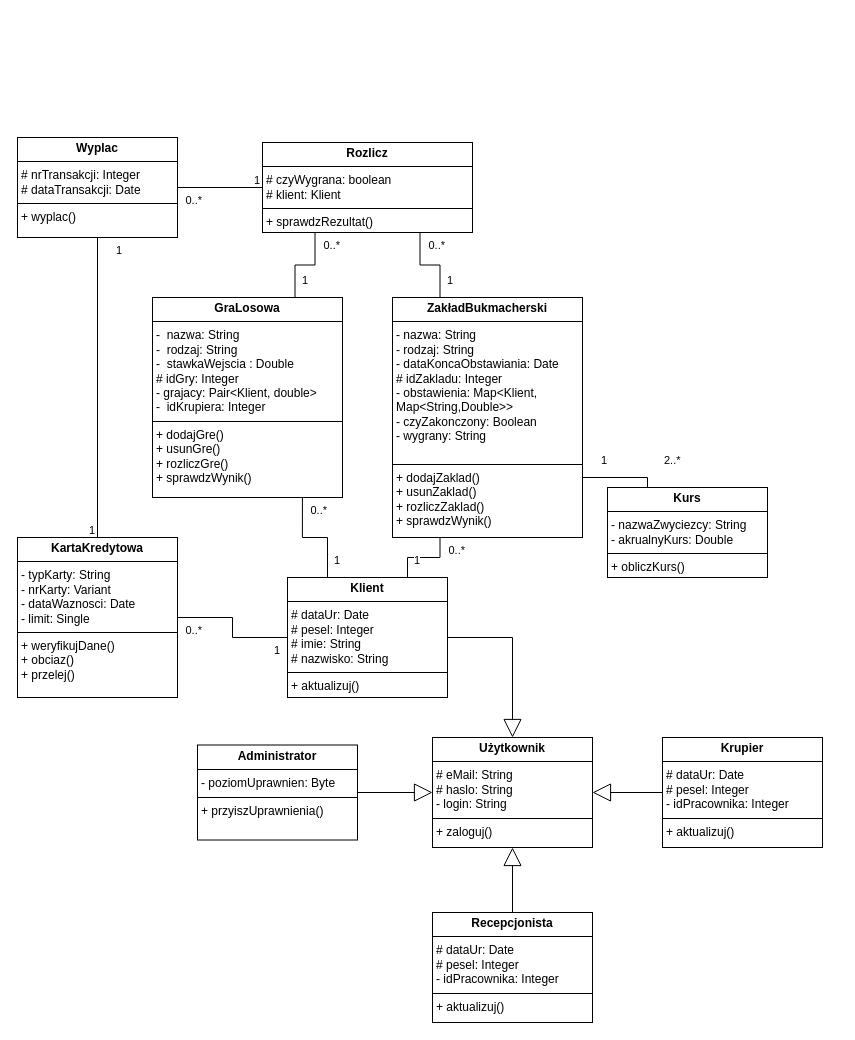
This is cw5/Diagram_klas_implementacyjny.drawio from TISharker/PSI_Projekt, a draw.io file, before an edit. Source tidied: cells renumbered, new cells numbered last; positions are measured from the earlier drawing's top-left corner, leaving out a move shared by most shapes. Both pictures are drawn from the tidied source at 100%, with x=0, y=0 at pixel (17, 137).
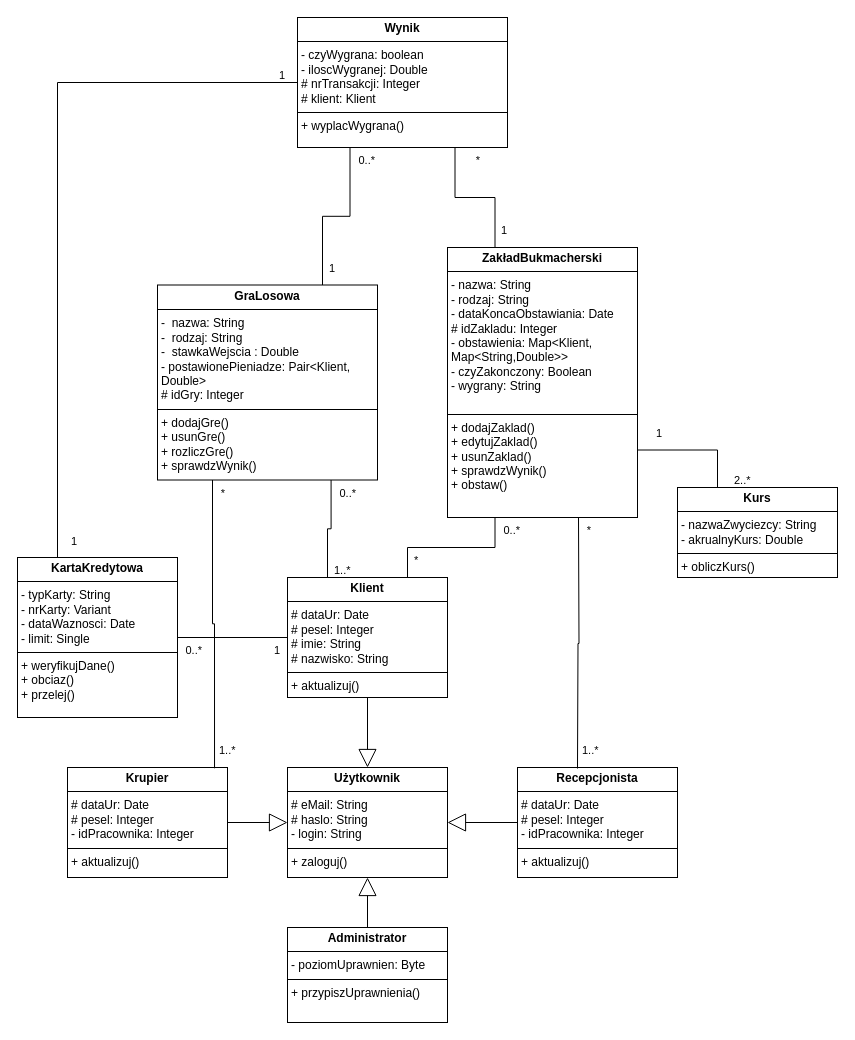
The same diagram, later.

The change refers to these unchanged cells:
```xml
<mxCell id="4" value="&lt;p style=&quot;margin:0px;margin-top:4px;text-align:center;&quot;&gt;&lt;b&gt;Klient&lt;/b&gt;&lt;/p&gt;&lt;hr size=&quot;1&quot; style=&quot;border-style:solid;&quot;&gt;&lt;p style=&quot;margin:0px;margin-left:4px;&quot;&gt;# dataUr: Date&lt;/p&gt;&lt;p style=&quot;margin:0px;margin-left:4px;&quot;&gt;# pesel: Integer&lt;/p&gt;&lt;p style=&quot;margin:0px;margin-left:4px;&quot;&gt;# imie: String&lt;/p&gt;&lt;p style=&quot;margin:0px;margin-left:4px;&quot;&gt;# nazwisko: String&lt;/p&gt;&lt;hr size=&quot;1&quot; style=&quot;border-style:solid;&quot;&gt;&lt;p style=&quot;margin:0px;margin-left:4px;&quot;&gt;+ aktualizuj()&lt;/p&gt;" style="verticalAlign=top;align=left;overflow=fill;html=1;whiteSpace=wrap;" parent="1" vertex="1">
  <mxGeometry x="270" y="440" width="160" height="120" as="geometry" />
</mxCell>
<mxCell id="6" style="endArrow=none;html=1;endSize=12;startArrow=none;startSize=14;startFill=0;edgeStyle=orthogonalEdgeStyle;rounded=0;entryX=0.25;entryY=1;entryDx=0;entryDy=0;exitX=0.75;exitY=0;exitDx=0;exitDy=0;" parent="1" edge="1" source="4" target="2">
  <mxGeometry relative="1" as="geometry" />
</mxCell>
<mxCell id="20" style="endArrow=none;html=1;endSize=12;startArrow=none;startSize=14;startFill=0;edgeStyle=orthogonalEdgeStyle;rounded=0;entryX=1;entryY=0.75;entryDx=0;entryDy=0;exitX=0.25;exitY=0;exitDx=0;exitDy=0;" parent="1" edge="1" source="19" target="2">
  <mxGeometry relative="1" as="geometry" />
</mxCell>
<mxCell id="24" style="endArrow=none;html=1;endSize=12;startArrow=none;startSize=14;startFill=0;edgeStyle=orthogonalEdgeStyle;rounded=0;entryX=0.789;entryY=1;entryDx=0;entryDy=0;exitX=0.25;exitY=0;exitDx=0;exitDy=0;entryPerimeter=0;" parent="1" edge="1" source="4" target="23">
  <mxGeometry relative="1" as="geometry" />
</mxCell>
<mxCell id="31" style="endArrow=none;html=1;endSize=12;startArrow=none;startSize=14;startFill=0;edgeStyle=orthogonalEdgeStyle;rounded=0;entryX=0.75;entryY=1;entryDx=0;entryDy=0;exitX=0.25;exitY=0;exitDx=0;exitDy=0;" parent="1" edge="1" source="2" target="27">
  <mxGeometry relative="1" as="geometry" />
</mxCell>
```

The edit, as a diff of the source:
```diff
@@
-    <mxCell id="2" value="&lt;p style=&quot;margin:0px;margin-top:4px;text-align:center;&quot;&gt;&lt;b&gt;ZakładBukmacherski&lt;/b&gt;&lt;/p&gt;&lt;hr size=&quot;1&quot; style=&quot;border-style:solid;&quot;&gt;&lt;p style=&quot;margin:0px;margin-left:4px;&quot;&gt;- nazwa: String&lt;/p&gt;&lt;p style=&quot;margin:0px;margin-left:4px;&quot;&gt;- rodzaj: String&lt;/p&gt;&lt;p style=&quot;margin:0px;margin-left:4px;&quot;&gt;- dataKoncaObstawiania: Date&lt;/p&gt;&lt;p style=&quot;margin:0px;margin-left:4px;&quot;&gt;# idZakladu: Integer&lt;/p&gt;&lt;p style=&quot;margin:0px;margin-left:4px;&quot;&gt;- obstawienia: Map&amp;lt;Klient, Map&amp;lt;String,Double&amp;gt;&amp;gt;&lt;/p&gt;&lt;p style=&quot;margin:0px;margin-left:4px;&quot;&gt;- czyZakonczony: Boolean&lt;/p&gt;&lt;p style=&quot;margin:0px;margin-left:4px;&quot;&gt;- wygrany: String&lt;/p&gt;&lt;p style=&quot;margin:0px;margin-left:4px;&quot;&gt;&lt;br&gt;&lt;/p&gt;&lt;hr size=&quot;1&quot; style=&quot;border-style:solid;&quot;&gt;&lt;p style=&quot;margin:0px;margin-left:4px;&quot;&gt;+ dodajZaklad()&lt;/p&gt;&lt;p style=&quot;margin:0px;margin-left:4px;&quot;&gt;+ usunZaklad()&lt;/p&gt;&lt;p style=&quot;margin:0px;margin-left:4px;&quot;&gt;+ rozliczZaklad()&lt;/p&gt;&lt;p style=&quot;margin:0px;margin-left:4px;&quot;&gt;+ sprawdzWynik()&lt;/p&gt;" style="verticalAlign=top;align=left;overflow=fill;html=1;whiteSpace=wrap;" parent="1" vertex="1">
-      <mxGeometry x="375" y="160" width="190" height="240" as="geometry" />
+    <mxCell id="2" value="&lt;p style=&quot;margin:0px;margin-top:4px;text-align:center;&quot;&gt;&lt;b&gt;ZakładBukmacherski&lt;/b&gt;&lt;/p&gt;&lt;hr size=&quot;1&quot; style=&quot;border-style:solid;&quot;&gt;&lt;p style=&quot;margin:0px;margin-left:4px;&quot;&gt;- nazwa: String&lt;/p&gt;&lt;p style=&quot;margin:0px;margin-left:4px;&quot;&gt;- rodzaj: String&lt;/p&gt;&lt;p style=&quot;margin:0px;margin-left:4px;&quot;&gt;- dataKoncaObstawiania: Date&lt;/p&gt;&lt;p style=&quot;margin:0px;margin-left:4px;&quot;&gt;# idZakladu: Integer&lt;/p&gt;&lt;p style=&quot;margin:0px;margin-left:4px;&quot;&gt;- obstawienia: Map&amp;lt;Klient, Map&amp;lt;String,Double&amp;gt;&amp;gt;&lt;/p&gt;&lt;p style=&quot;margin:0px;margin-left:4px;&quot;&gt;- czyZakonczony: Boolean&lt;/p&gt;&lt;p style=&quot;margin:0px;margin-left:4px;&quot;&gt;- wygrany: String&lt;/p&gt;&lt;p style=&quot;margin:0px;margin-left:4px;&quot;&gt;&lt;br&gt;&lt;/p&gt;&lt;hr size=&quot;1&quot; style=&quot;border-style:solid;&quot;&gt;&lt;p style=&quot;margin:0px;margin-left:4px;&quot;&gt;+ dodajZaklad()&lt;/p&gt;&lt;p style=&quot;margin:0px;margin-left:4px;&quot;&gt;+ edytujZaklad()&lt;/p&gt;&lt;p style=&quot;margin:0px;margin-left:4px;&quot;&gt;+ usunZaklad()&lt;/p&gt;&lt;p style=&quot;margin:0px;margin-left:4px;&quot;&gt;+ sprawdzWynik()&lt;/p&gt;&lt;p style=&quot;margin:0px;margin-left:4px;&quot;&gt;+ obstaw()&lt;/p&gt;" style="verticalAlign=top;align=left;overflow=fill;html=1;whiteSpace=wrap;" parent="1" vertex="1">
+      <mxGeometry x="430" y="110" width="190" height="270" as="geometry" />
     </mxCell>
     <mxCell id="3" value="&lt;p style=&quot;margin:0px;margin-top:4px;text-align:center;&quot;&gt;&lt;b&gt;Użytkownik&lt;/b&gt;&lt;/p&gt;&lt;hr size=&quot;1&quot; style=&quot;border-style:solid;&quot;&gt;&lt;p style=&quot;margin:0px;margin-left:4px;&quot;&gt;# eMail: String&lt;/p&gt;&lt;p style=&quot;margin:0px;margin-left:4px;&quot;&gt;# haslo: String&lt;/p&gt;&lt;p style=&quot;margin:0px;margin-left:4px;&quot;&gt;- login: String&lt;/p&gt;&lt;hr size=&quot;1&quot; style=&quot;border-style:solid;&quot;&gt;&lt;p style=&quot;margin:0px;margin-left:4px;&quot;&gt;+ zaloguj()&lt;/p&gt;" style="verticalAlign=top;align=left;overflow=fill;html=1;whiteSpace=wrap;" parent="1" vertex="1">
-      <mxGeometry x="415" y="600" width="160" height="110" as="geometry" />
+      <mxGeometry x="270" y="630" width="160" height="110" as="geometry" />
     </mxCell>
@@
-    <mxCell id="5" value="&lt;div&gt;&lt;br&gt;&lt;/div&gt;&lt;div&gt;&lt;br&gt;&lt;/div&gt;" style="endArrow=block;endSize=16;endFill=0;html=1;rounded=0;exitX=1;exitY=0.5;exitDx=0;exitDy=0;entryX=0.5;entryY=0;entryDx=0;entryDy=0;" parent="1" edge="1" source="4" target="3">
-      <mxGeometry x="-0.03" y="3" relative="1" as="geometry">
-        <Array as="points">
-          <mxPoint x="495" y="500" />
-        </Array>
-      </mxGeometry>
+    <mxCell id="5" value="&lt;div&gt;&lt;br&gt;&lt;/div&gt;&lt;div&gt;&lt;br&gt;&lt;/div&gt;" style="endArrow=block;endSize=16;endFill=0;html=1;rounded=0;exitX=0.5;exitY=1;exitDx=0;exitDy=0;entryX=0.5;entryY=0;entryDx=0;entryDy=0;" parent="1" edge="1" source="4" target="3">
+      <mxGeometry x="-0.03" y="3" relative="1" as="geometry" />
     </mxCell>
@@
-    <mxCell id="7" value="1" style="edgeLabel;html=1;align=left;verticalAlign=top;" parent="6" vertex="1">
+    <mxCell id="7" value="*" style="edgeLabel;html=1;align=left;verticalAlign=top;" parent="6" vertex="1">
       <mxGeometry x="-1" relative="1" as="geometry">
         <mxPoint x="5" y="-30" as="offset" />
       </mxGeometry>
     </mxCell>
@@
     <mxCell id="9" value="&lt;p style=&quot;margin:0px;margin-top:4px;text-align:center;&quot;&gt;&lt;b&gt;Recepcjonista&lt;/b&gt;&lt;/p&gt;&lt;hr size=&quot;1&quot; style=&quot;border-style:solid;&quot;&gt;&lt;p style=&quot;margin:0px;margin-left:4px;&quot;&gt;# dataUr: Date&lt;/p&gt;&lt;p style=&quot;margin:0px;margin-left:4px;&quot;&gt;# pesel: Integer&lt;/p&gt;&lt;p style=&quot;margin:0px;margin-left:4px;&quot;&gt;- idPracownika: Integer&lt;/p&gt;&lt;hr size=&quot;1&quot; style=&quot;border-style:solid;&quot;&gt;&lt;p style=&quot;margin:0px;margin-left:4px;&quot;&gt;+ aktualizuj()&lt;/p&gt;" style="verticalAlign=top;align=left;overflow=fill;html=1;whiteSpace=wrap;" parent="1" vertex="1">
-      <mxGeometry x="415" y="775" width="160" height="110" as="geometry" />
+      <mxGeometry x="500" y="630" width="160" height="110" as="geometry" />
     </mxCell>
     <mxCell id="10" value="&lt;p style=&quot;margin:0px;margin-top:4px;text-align:center;&quot;&gt;&lt;b&gt;Krupier&lt;/b&gt;&lt;/p&gt;&lt;hr size=&quot;1&quot; style=&quot;border-style:solid;&quot;&gt;&lt;p style=&quot;margin:0px;margin-left:4px;&quot;&gt;# dataUr: Date&lt;/p&gt;&lt;p style=&quot;margin:0px;margin-left:4px;&quot;&gt;# pesel: Integer&lt;/p&gt;&lt;p style=&quot;margin:0px;margin-left:4px;&quot;&gt;- idPracownika: Integer&lt;/p&gt;&lt;hr size=&quot;1&quot; style=&quot;border-style:solid;&quot;&gt;&lt;p style=&quot;margin:0px;margin-left:4px;&quot;&gt;+ aktualizuj()&lt;/p&gt;" style="verticalAlign=top;align=left;overflow=fill;html=1;whiteSpace=wrap;" parent="1" vertex="1">
-      <mxGeometry x="645" y="600" width="160" height="110" as="geometry" />
+      <mxGeometry x="50" y="630" width="160" height="110" as="geometry" />
     </mxCell>
-    <mxCell id="11" value="&lt;div&gt;&lt;br&gt;&lt;/div&gt;&lt;div&gt;&lt;br&gt;&lt;/div&gt;" style="endArrow=block;endSize=16;endFill=0;html=1;rounded=0;exitX=0.5;exitY=0;exitDx=0;exitDy=0;entryX=0.5;entryY=1;entryDx=0;entryDy=0;" parent="1" edge="1" source="9" target="3">
+    <mxCell id="11" value="&lt;div&gt;&lt;br&gt;&lt;/div&gt;&lt;div&gt;&lt;br&gt;&lt;/div&gt;" style="endArrow=block;endSize=16;endFill=0;html=1;rounded=0;exitX=0;exitY=0.5;exitDx=0;exitDy=0;entryX=1;entryY=0.5;entryDx=0;entryDy=0;" parent="1" edge="1" source="9" target="3">
       <mxGeometry x="-0.03" y="3" relative="1" as="geometry" />
     </mxCell>
-    <mxCell id="12" value="&lt;div&gt;&lt;br&gt;&lt;/div&gt;&lt;div&gt;&lt;br&gt;&lt;/div&gt;" style="endArrow=block;endSize=16;endFill=0;html=1;rounded=0;exitX=0;exitY=0.5;exitDx=0;exitDy=0;entryX=1;entryY=0.5;entryDx=0;entryDy=0;" parent="1" edge="1" source="10" target="3">
+    <mxCell id="12" value="&lt;div&gt;&lt;br&gt;&lt;/div&gt;&lt;div&gt;&lt;br&gt;&lt;/div&gt;" style="endArrow=block;endSize=16;endFill=0;html=1;rounded=0;exitX=1;exitY=0.5;exitDx=0;exitDy=0;entryX=0;entryY=0.5;entryDx=0;entryDy=0;" parent="1" edge="1" source="10" target="3">
       <mxGeometry x="-0.03" y="3" relative="1" as="geometry" />
     </mxCell>
-    <mxCell id="13" value="&lt;p style=&quot;margin:0px;margin-top:4px;text-align:center;&quot;&gt;&lt;b&gt;Administrator&lt;/b&gt;&lt;/p&gt;&lt;hr size=&quot;1&quot; style=&quot;border-style:solid;&quot;&gt;&lt;p style=&quot;margin:0px;margin-left:4px;&quot;&gt;- poziomUprawnien: Byte&lt;/p&gt;&lt;hr size=&quot;1&quot; style=&quot;border-style:solid;&quot;&gt;&lt;p style=&quot;margin:0px;margin-left:4px;&quot;&gt;+ przyiszUprawnienia()&lt;/p&gt;" style="verticalAlign=top;align=left;overflow=fill;html=1;whiteSpace=wrap;" parent="1" vertex="1">
-      <mxGeometry x="180" y="607.5" width="160" height="95" as="geometry" />
+    <mxCell id="13" value="&lt;p style=&quot;margin:0px;margin-top:4px;text-align:center;&quot;&gt;&lt;b&gt;Administrator&lt;/b&gt;&lt;/p&gt;&lt;hr size=&quot;1&quot; style=&quot;border-style:solid;&quot;&gt;&lt;p style=&quot;margin:0px;margin-left:4px;&quot;&gt;- poziomUprawnien: Byte&lt;/p&gt;&lt;hr size=&quot;1&quot; style=&quot;border-style:solid;&quot;&gt;&lt;p style=&quot;margin:0px;margin-left:4px;&quot;&gt;+ przypiszUprawnienia()&lt;/p&gt;" style="verticalAlign=top;align=left;overflow=fill;html=1;whiteSpace=wrap;" parent="1" vertex="1">
+      <mxGeometry x="270" y="790" width="160" height="95" as="geometry" />
     </mxCell>
-    <mxCell id="14" value="&lt;div&gt;&lt;br&gt;&lt;/div&gt;&lt;div&gt;&lt;br&gt;&lt;/div&gt;" style="endArrow=block;endSize=16;endFill=0;html=1;rounded=0;exitX=1;exitY=0.5;exitDx=0;exitDy=0;entryX=0;entryY=0.5;entryDx=0;entryDy=0;" parent="1" edge="1" source="13" target="3">
+    <mxCell id="14" value="&lt;div&gt;&lt;br&gt;&lt;/div&gt;&lt;div&gt;&lt;br&gt;&lt;/div&gt;" style="endArrow=block;endSize=16;endFill=0;html=1;rounded=0;exitX=0.5;exitY=0;exitDx=0;exitDy=0;entryX=0.5;entryY=1;entryDx=0;entryDy=0;" parent="1" edge="1" source="13" target="3">
       <mxGeometry x="-0.03" y="3" relative="1" as="geometry" />
     </mxCell>
     <mxCell id="15" value="&lt;p style=&quot;margin:0px;margin-top:4px;text-align:center;&quot;&gt;&lt;b&gt;KartaKredytowa&lt;/b&gt;&lt;/p&gt;&lt;hr size=&quot;1&quot; style=&quot;border-style:solid;&quot;&gt;&lt;p style=&quot;margin:0px;margin-left:4px;&quot;&gt;- typKarty: String&lt;/p&gt;&lt;p style=&quot;margin:0px;margin-left:4px;&quot;&gt;- nrKarty: Variant&lt;/p&gt;&lt;p style=&quot;margin:0px;margin-left:4px;&quot;&gt;- dataWaznosci: Date&lt;/p&gt;&lt;p style=&quot;margin:0px;margin-left:4px;&quot;&gt;- limit: Single&lt;/p&gt;&lt;hr size=&quot;1&quot; style=&quot;border-style:solid;&quot;&gt;&lt;p style=&quot;margin:0px;margin-left:4px;&quot;&gt;+ weryfikujDane()&lt;/p&gt;&lt;p style=&quot;margin:0px;margin-left:4px;&quot;&gt;+ obciaz()&lt;/p&gt;&lt;p style=&quot;margin:0px;margin-left:4px;&quot;&gt;+ przelej()&lt;/p&gt;" style="verticalAlign=top;align=left;overflow=fill;html=1;whiteSpace=wrap;" parent="1" vertex="1">
-      <mxGeometry y="400" width="160" height="160" as="geometry" />
+      <mxGeometry y="420" width="160" height="160" as="geometry" />
     </mxCell>
@@
     <mxCell id="19" value="&lt;p style=&quot;margin:0px;margin-top:4px;text-align:center;&quot;&gt;&lt;b&gt;Kurs&lt;/b&gt;&lt;/p&gt;&lt;hr size=&quot;1&quot; style=&quot;border-style:solid;&quot;&gt;&lt;p style=&quot;margin:0px;margin-left:4px;&quot;&gt;- nazwaZwyciezcy: String&lt;/p&gt;&lt;p style=&quot;margin:0px;margin-left:4px;&quot;&gt;- akrualnyKurs: Double&lt;/p&gt;&lt;hr size=&quot;1&quot; style=&quot;border-style:solid;&quot;&gt;&lt;p style=&quot;margin:0px;margin-left:4px;&quot;&gt;+ obliczKurs()&lt;/p&gt;" style="verticalAlign=top;align=left;overflow=fill;html=1;whiteSpace=wrap;" parent="1" vertex="1">
-      <mxGeometry x="590" y="350" width="160" height="90" as="geometry" />
+      <mxGeometry x="660" y="350" width="160" height="90" as="geometry" />
     </mxCell>
@@
     <mxCell id="21" value="2..*" style="edgeLabel;html=1;align=left;verticalAlign=top;" parent="20" vertex="1">
       <mxGeometry x="-1" relative="1" as="geometry">
-        <mxPoint x="15" y="-40" as="offset" />
+        <mxPoint x="15" y="-20" as="offset" />
       </mxGeometry>
     </mxCell>
@@
-    <mxCell id="23" value="&lt;p style=&quot;margin:0px;margin-top:4px;text-align:center;&quot;&gt;&lt;b&gt;GraLosowa&lt;/b&gt;&lt;/p&gt;&lt;hr size=&quot;1&quot; style=&quot;border-style:solid;&quot;&gt;&lt;p style=&quot;margin:0px;margin-left:4px;&quot;&gt;-&amp;nbsp; nazwa: String&lt;/p&gt;&lt;p style=&quot;margin:0px;margin-left:4px;&quot;&gt;-&amp;nbsp; rodzaj: String&lt;/p&gt;&lt;p style=&quot;margin:0px;margin-left:4px;&quot;&gt;-&amp;nbsp; stawkaWejscia : Double&lt;/p&gt;&lt;p style=&quot;margin:0px;margin-left:4px;&quot;&gt;# idGry: Integer&lt;/p&gt;&lt;p style=&quot;margin:0px;margin-left:4px;&quot;&gt;- grajacy: Pair&amp;lt;Klient, double&amp;gt;&lt;/p&gt;&lt;p style=&quot;margin:0px;margin-left:4px;&quot;&gt;-&amp;nbsp; idKrupiera: Integer&lt;/p&gt;&lt;hr size=&quot;1&quot; style=&quot;border-style:solid;&quot;&gt;&lt;p style=&quot;margin:0px;margin-left:4px;&quot;&gt;+ dodajGre()&lt;/p&gt;&lt;p style=&quot;margin:0px;margin-left:4px;&quot;&gt;+ usunGre()&lt;/p&gt;&lt;p style=&quot;margin:0px;margin-left:4px;&quot;&gt;+ rozliczGre()&lt;/p&gt;&lt;p style=&quot;margin:0px;margin-left:4px;&quot;&gt;+ sprawdzWynik()&lt;/p&gt;" style="verticalAlign=top;align=left;overflow=fill;html=1;whiteSpace=wrap;" parent="1" vertex="1">
-      <mxGeometry x="135" y="160" width="190" height="200" as="geometry" />
+    <mxCell id="23" value="&lt;p style=&quot;margin:0px;margin-top:4px;text-align:center;&quot;&gt;&lt;b&gt;GraLosowa&lt;/b&gt;&lt;/p&gt;&lt;hr size=&quot;1&quot; style=&quot;border-style:solid;&quot;&gt;&lt;p style=&quot;margin:0px;margin-left:4px;&quot;&gt;-&amp;nbsp; nazwa: String&lt;/p&gt;&lt;p style=&quot;margin:0px;margin-left:4px;&quot;&gt;-&amp;nbsp; rodzaj: String&lt;/p&gt;&lt;p style=&quot;margin:0px;margin-left:4px;&quot;&gt;-&amp;nbsp; stawkaWejscia : Double&lt;/p&gt;&lt;p style=&quot;margin:0px;margin-left:4px;&quot;&gt;- postawionePieniadze: Pair&amp;lt;Klient, Double&amp;gt;&lt;/p&gt;&lt;p style=&quot;margin:0px;margin-left:4px;&quot;&gt;# idGry: Integer&lt;/p&gt;&lt;hr size=&quot;1&quot; style=&quot;border-style:solid;&quot;&gt;&lt;p style=&quot;margin:0px;margin-left:4px;&quot;&gt;+ dodajGre()&lt;/p&gt;&lt;p style=&quot;margin:0px;margin-left:4px;&quot;&gt;+ usunGre()&lt;/p&gt;&lt;p style=&quot;margin:0px;margin-left:4px;&quot;&gt;+ rozliczGre()&lt;/p&gt;&lt;p style=&quot;margin:0px;margin-left:4px;&quot;&gt;+ sprawdzWynik()&lt;/p&gt;" style="verticalAlign=top;align=left;overflow=fill;html=1;whiteSpace=wrap;" parent="1" vertex="1">
+      <mxGeometry x="140" y="147.5" width="220" height="195" as="geometry" />
     </mxCell>
@@
-    <mxCell id="25" value="1" style="edgeLabel;html=1;align=left;verticalAlign=top;" parent="24" vertex="1">
+    <mxCell id="25" value="1..*" style="edgeLabel;html=1;align=left;verticalAlign=top;" parent="24" vertex="1">
       <mxGeometry x="-1" relative="1" as="geometry">
-        <mxPoint x="5" y="-30" as="offset" />
+        <mxPoint x="5" y="-20" as="offset" />
       </mxGeometry>
     </mxCell>
@@
-    <mxCell id="27" value="&lt;p style=&quot;margin:0px;margin-top:4px;text-align:center;&quot;&gt;&lt;b&gt;Rozlicz&lt;/b&gt;&lt;/p&gt;&lt;hr size=&quot;1&quot; style=&quot;border-style:solid;&quot;&gt;&lt;p style=&quot;margin:0px;margin-left:4px;&quot;&gt;# czyWygrana: boolean&lt;/p&gt;&lt;p style=&quot;margin:0px;margin-left:4px;&quot;&gt;# klient: Klient&lt;/p&gt;&lt;hr size=&quot;1&quot; style=&quot;border-style:solid;&quot;&gt;&lt;p style=&quot;margin:0px;margin-left:4px;&quot;&gt;+ sprawdzRezultat()&lt;/p&gt;&lt;p style=&quot;margin:0px;margin-left:4px;&quot;&gt;&lt;br&gt;&lt;/p&gt;" style="verticalAlign=top;align=left;overflow=fill;html=1;whiteSpace=wrap;" parent="1" vertex="1">
-      <mxGeometry x="245" y="5" width="210" height="90" as="geometry" />
+    <mxCell id="27" value="&lt;p style=&quot;margin:0px;margin-top:4px;text-align:center;&quot;&gt;&lt;b&gt;Wynik&lt;/b&gt;&lt;/p&gt;&lt;hr size=&quot;1&quot; style=&quot;border-style:solid;&quot;&gt;&lt;p style=&quot;margin:0px;margin-left:4px;&quot;&gt;- czyWygrana: boolean&lt;/p&gt;&lt;p style=&quot;margin:0px;margin-left:4px;&quot;&gt;- iloscWygranej: Double&lt;/p&gt;&lt;p style=&quot;margin:0px;margin-left:4px;&quot;&gt;# nrTransakcji: Integer&lt;/p&gt;&lt;p style=&quot;margin:0px;margin-left:4px;&quot;&gt;# klient: Klient&lt;/p&gt;&lt;hr size=&quot;1&quot; style=&quot;border-style:solid;&quot;&gt;&lt;p style=&quot;margin:0px;margin-left:4px;&quot;&gt;+ wyplacWygrana()&lt;/p&gt;&lt;p style=&quot;margin:0px;margin-left:4px;&quot;&gt;&lt;br&gt;&lt;/p&gt;" style="verticalAlign=top;align=left;overflow=fill;html=1;whiteSpace=wrap;" parent="1" vertex="1">
+      <mxGeometry x="280" y="-120" width="210" height="130" as="geometry" />
     </mxCell>
@@
-    <mxCell id="33" value="0..*" style="edgeLabel;html=1;align=right;verticalAlign=top;" parent="31" vertex="1">
+    <mxCell id="33" value="*" style="edgeLabel;html=1;align=right;verticalAlign=top;" parent="31" vertex="1">
       <mxGeometry x="1" relative="1" as="geometry">
         <mxPoint x="25" as="offset" />
       </mxGeometry>
     </mxCell>
-    <mxCell id="34" value="&lt;p style=&quot;margin:0px;margin-top:4px;text-align:center;&quot;&gt;&lt;b&gt;Wyplac&lt;/b&gt;&lt;/p&gt;&lt;hr size=&quot;1&quot; style=&quot;border-style:solid;&quot;&gt;&lt;p style=&quot;margin:0px;margin-left:4px;&quot;&gt;# nrTransakcji: Integer&lt;/p&gt;&lt;p style=&quot;margin:0px;margin-left:4px;&quot;&gt;# dataTransakcji: Date&lt;/p&gt;&lt;hr size=&quot;1&quot; style=&quot;border-style:solid;&quot;&gt;&lt;p style=&quot;margin:0px;margin-left:4px;&quot;&gt;+ wyplac()&lt;/p&gt;" style="verticalAlign=top;align=left;overflow=fill;html=1;whiteSpace=wrap;" parent="1" vertex="1">
-      <mxGeometry width="160" height="100" as="geometry" />
-    </mxCell>
-    <mxCell id="35" style="endArrow=none;html=1;endSize=12;startArrow=none;startSize=14;startFill=0;edgeStyle=orthogonalEdgeStyle;rounded=0;entryX=1;entryY=0.5;entryDx=0;entryDy=0;exitX=0;exitY=0.5;exitDx=0;exitDy=0;" parent="1" edge="1" source="27" target="34">
+    <mxCell id="35" style="endArrow=none;html=1;endSize=12;startArrow=none;startSize=14;startFill=0;edgeStyle=orthogonalEdgeStyle;rounded=0;entryX=0.25;entryY=0;entryDx=0;entryDy=0;exitX=0;exitY=0.5;exitDx=0;exitDy=0;" parent="1" edge="1" source="27" target="15">
       <mxGeometry relative="1" as="geometry" />
     </mxCell>
     <mxCell id="36" value="1" style="edgeLabel;html=1;align=left;verticalAlign=top;" parent="35" vertex="1">
       <mxGeometry x="-1" relative="1" as="geometry">
-        <mxPoint x="-10" y="-20" as="offset" />
+        <mxPoint x="-20" y="-20" as="offset" />
       </mxGeometry>
     </mxCell>
-    <mxCell id="37" value="0..*" style="edgeLabel;html=1;align=right;verticalAlign=top;" parent="35" vertex="1">
+    <mxCell id="37" value="1" style="edgeLabel;html=1;align=right;verticalAlign=top;" parent="35" vertex="1">
       <mxGeometry x="1" relative="1" as="geometry">
-        <mxPoint x="25" as="offset" />
+        <mxPoint x="20" y="-29" as="offset" />
       </mxGeometry>
     </mxCell>
-    <mxCell id="38" style="endArrow=none;html=1;endSize=12;startArrow=none;startSize=14;startFill=0;edgeStyle=orthogonalEdgeStyle;rounded=0;entryX=0.5;entryY=1;entryDx=0;entryDy=0;exitX=0.5;exitY=0;exitDx=0;exitDy=0;" parent="1" edge="1" source="15" target="34">
-      <mxGeometry relative="1" as="geometry" />
-    </mxCell>
-    <mxCell id="39" value="1" style="edgeLabel;html=1;align=left;verticalAlign=top;" parent="38" vertex="1">
-      <mxGeometry x="-1" relative="1" as="geometry">
-        <mxPoint x="-10" y="-20" as="offset" />
-      </mxGeometry>
-    </mxCell>
-    <mxCell id="40" value="1" style="edgeLabel;html=1;align=right;verticalAlign=top;" parent="38" vertex="1">
-      <mxGeometry x="1" relative="1" as="geometry">
-        <mxPoint x="25" as="offset" />
-      </mxGeometry>
-    </mxCell>
+    <mxCell id="41" style="endArrow=none;html=1;endSize=12;startArrow=none;startSize=14;startFill=0;edgeStyle=orthogonalEdgeStyle;rounded=0;entryX=0.25;entryY=1;entryDx=0;entryDy=0;exitX=0.919;exitY=0.007;exitDx=0;exitDy=0;exitPerimeter=0;" parent="1" edge="1" source="10" target="23">
+      <mxGeometry relative="1" as="geometry" />
+    </mxCell>
+    <mxCell id="42" value="1..*" style="edgeLabel;html=1;align=left;verticalAlign=top;" parent="41" vertex="1">
+      <mxGeometry x="-1" relative="1" as="geometry">
+        <mxPoint x="3" y="-31" as="offset" />
+      </mxGeometry>
+    </mxCell>
+    <mxCell id="43" value="*" style="edgeLabel;html=1;align=right;verticalAlign=top;" parent="41" vertex="1">
+      <mxGeometry x="1" relative="1" as="geometry">
+        <mxPoint x="13" as="offset" />
+      </mxGeometry>
+    </mxCell>
+    <mxCell id="44" style="endArrow=none;html=1;endSize=12;startArrow=none;startSize=14;startFill=0;edgeStyle=orthogonalEdgeStyle;rounded=0;exitX=0.919;exitY=0.007;exitDx=0;exitDy=0;exitPerimeter=0;" parent="1" edge="1">
+      <mxGeometry relative="1" as="geometry">
+        <mxPoint x="560" y="631" as="sourcePoint" />
+        <mxPoint x="561" y="380" as="targetPoint" />
+      </mxGeometry>
+    </mxCell>
+    <mxCell id="45" value="1..*" style="edgeLabel;html=1;align=left;verticalAlign=top;" parent="44" vertex="1">
+      <mxGeometry x="-1" relative="1" as="geometry">
+        <mxPoint x="3" y="-31" as="offset" />
+      </mxGeometry>
+    </mxCell>
+    <mxCell id="46" value="*" style="edgeLabel;html=1;align=right;verticalAlign=top;" parent="44" vertex="1">
+      <mxGeometry x="1" relative="1" as="geometry">
+        <mxPoint x="13" as="offset" />
+      </mxGeometry>
+    </mxCell>
```
